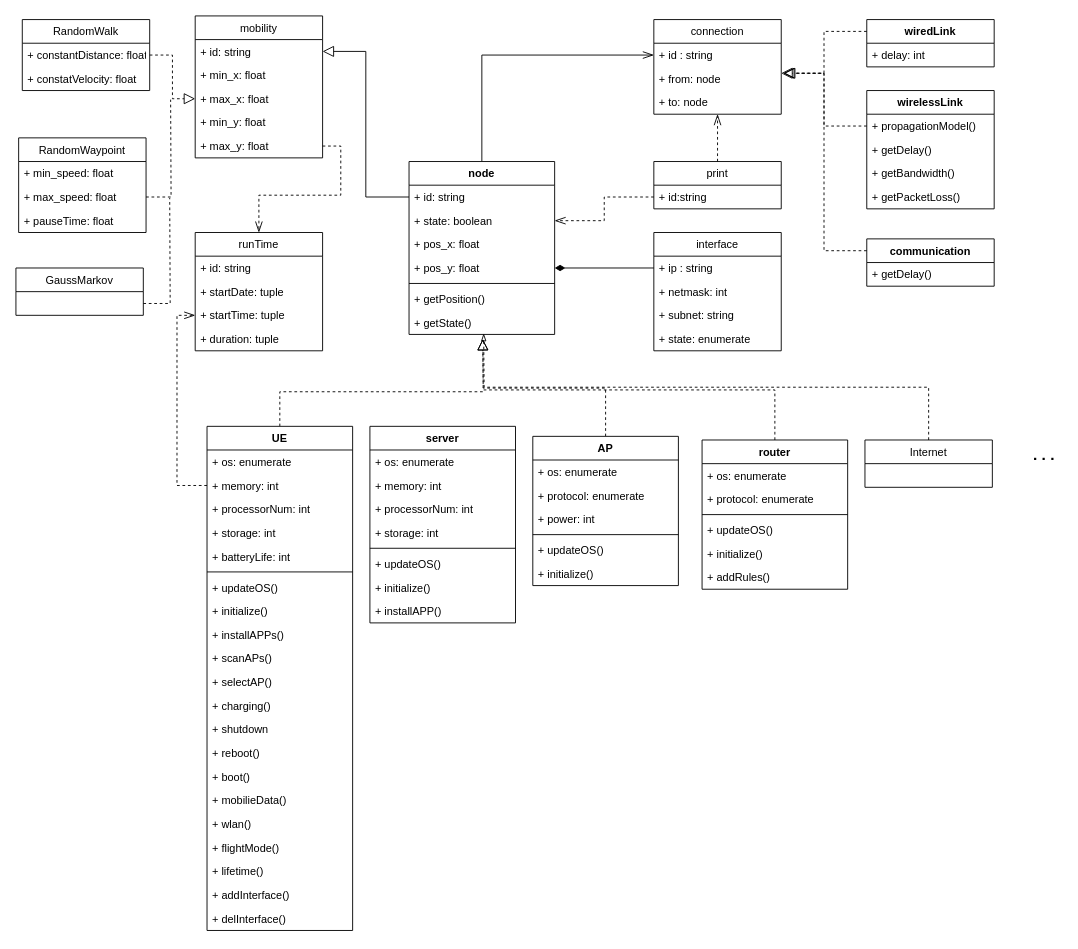
Before: page "描述语言类图" (1 of 2) of 描述语言UML类图.drawio in Icarus1994/neutron_conf, a draw.io diagram. Source tidied: cells renumbered, new cells numbered last; positions are measured from the earlier drawing's top-left corner, leaving out a move shared by most shapes. Both pictures are drawn from the tidied source at 91%, with x=0, y=0 at pixel (15, 15).
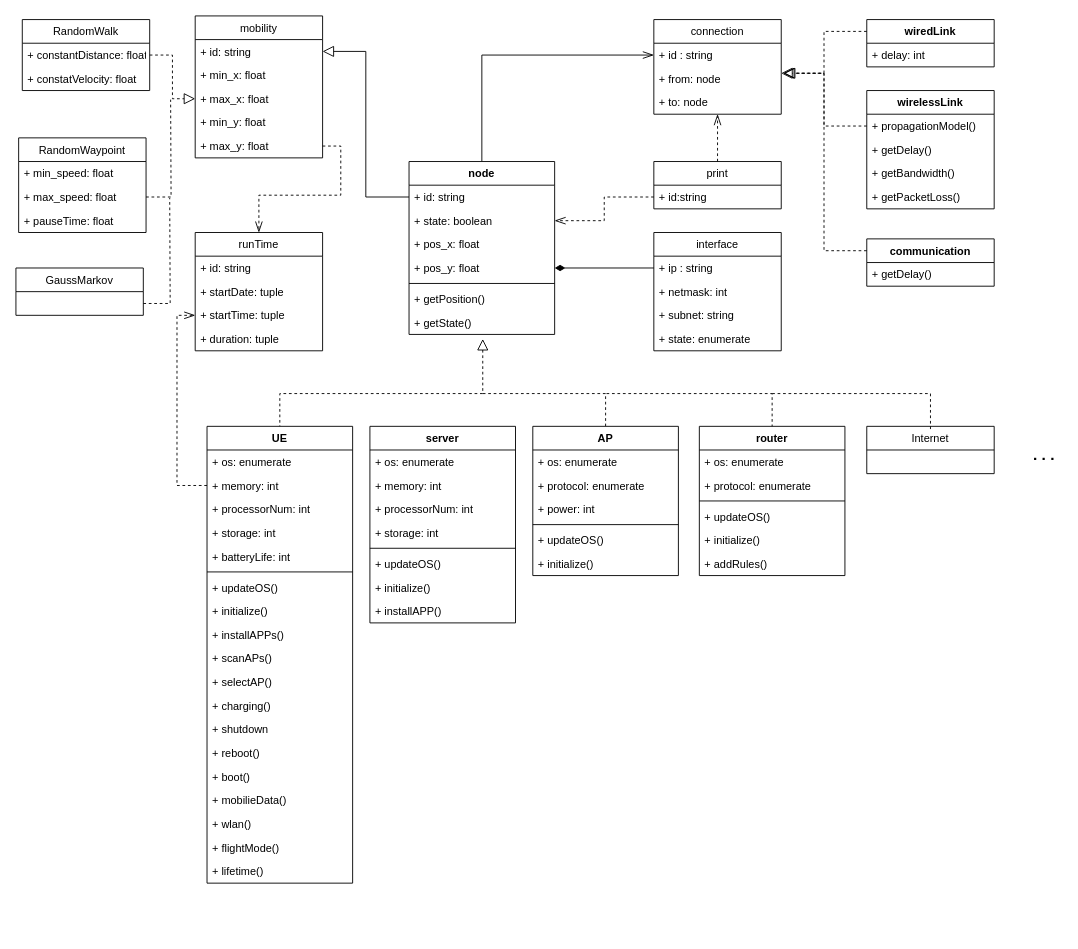
The same page after the edit.

Change to the diagram source:
```diff
@@
-    <mxCell id="23" style="edgeStyle=orthogonalEdgeStyle;rounded=0;jettySize=auto;html=1;exitX=0.5;exitY=0;exitDx=0;exitDy=0;dashed=1;endArrow=none;endFill=0;endSize=10;" parent="1" edge="1" source="24">
+    <mxCell id="23" style="edgeStyle=orthogonalEdgeStyle;rounded=0;orthogonalLoop=1;jettySize=auto;html=1;exitX=0.5;exitY=0;exitDx=0;exitDy=0;dashed=1;endArrow=none;endFill=0;endSize=10;" parent="1" edge="1">
       <mxGeometry relative="1" as="geometry">
-        <mxPoint x="514" y="413" as="targetPoint" />
+        <mxPoint x="290" y="453" as="sourcePoint" />
+        <mxPoint x="514" y="415" as="targetPoint" />
         <Array as="points">
-          <mxPoint x="290" y="413" />
+          <mxPoint x="290" y="415" />
         </Array>
       </mxGeometry>
     </mxCell>
     <mxCell id="24" value="UE" style="swimlane;fontStyle=1;align=center;verticalAlign=top;horizontal=1;startSize=26;" parent="1" vertex="1">
-      <mxGeometry x="210" y="451" width="160" height="554" as="geometry" />
+      <mxGeometry x="210" y="451" width="160" height="502" as="geometry" />
     </mxCell>
@@
-    <mxCell id="44" value="+ addInterface()" style="text;strokeColor=none;fillColor=none;align=left;verticalAlign=top;spacingLeft=4;spacingRight=4;overflow=hidden;" parent="24" vertex="1">
-      <mxGeometry y="502" width="160" height="26" as="geometry" />
-    </mxCell>
-    <mxCell id="45" value="+ delInterface()" style="text;strokeColor=none;fillColor=none;align=left;verticalAlign=top;spacingLeft=4;spacingRight=4;overflow=hidden;" parent="24" vertex="1">
-      <mxGeometry y="528" width="160" height="26" as="geometry" />
-    </mxCell>
     <mxCell id="46" style="edgeStyle=orthogonalEdgeStyle;rounded=0;jettySize=auto;html=1;exitX=0.5;exitY=0;exitDx=0;exitDy=0;endArrow=block;endFill=0;endSize=10;dashed=1;" parent="1" edge="1" source="47">
       <mxGeometry relative="1" as="geometry">
         <mxPoint x="513" y="355" as="targetPoint" />
+        <Array as="points">
+          <mxPoint x="648" y="415" />
+          <mxPoint x="513" y="415" />
+        </Array>
       </mxGeometry>
     </mxCell>
     <mxCell id="47" value="AP" style="swimlane;fontStyle=1;align=center;verticalAlign=top;horizontal=1;startSize=26;" parent="1" vertex="1">
-      <mxGeometry x="568" y="462" width="160" height="164" as="geometry" />
+      <mxGeometry x="568" y="451" width="160" height="164" as="geometry" />
     </mxCell>
@@
-    <mxCell id="71" style="edgeStyle=orthogonalEdgeStyle;rounded=0;jettySize=auto;html=1;exitX=0.5;exitY=0;exitDx=0;exitDy=0;dashed=1;endArrow=block;endFill=0;endSize=10;" parent="1" edge="1" source="92">
-      <mxGeometry relative="1" as="geometry">
-        <mxPoint x="513" y="355" as="targetPoint" />
-      </mxGeometry>
-    </mxCell>
@@
-    <mxCell id="85" style="edgeStyle=orthogonalEdgeStyle;rounded=0;jettySize=auto;html=1;exitX=0.5;exitY=0;exitDx=0;exitDy=0;dashed=1;endArrow=blockThin;endFill=0;" parent="1" edge="1" source="86">
-      <mxGeometry relative="1" as="geometry">
-        <mxPoint x="514" y="349" as="targetPoint" />
-      </mxGeometry>
-    </mxCell>
+    <mxCell id="113" style="edgeStyle=orthogonalEdgeStyle;rounded=0;orthogonalLoop=1;jettySize=auto;html=1;exitX=0.5;exitY=0;exitDx=0;exitDy=0;dashed=1;endArrow=none;endFill=0;" parent="1" edge="1">
+      <mxGeometry relative="1" as="geometry">
+        <mxPoint x="1005" y="454" as="sourcePoint" />
+        <mxPoint x="831" y="415" as="targetPoint" />
+        <Array as="points">
+          <mxPoint x="1005" y="415" />
+        </Array>
+      </mxGeometry>
+    </mxCell>
     <mxCell id="86" value="Internet" style="swimlane;fontStyle=0;horizontal=1;startSize=26;fillColor=none;" parent="1" vertex="1">
-      <mxGeometry x="933" y="466" width="140" height="52" as="geometry" />
+      <mxGeometry x="935" y="451" width="140" height="52" as="geometry" />
     </mxCell>
@@
+    <mxCell id="114" style="edgeStyle=orthogonalEdgeStyle;rounded=0;orthogonalLoop=1;jettySize=auto;html=1;exitX=0.5;exitY=0;exitDx=0;exitDy=0;dashed=1;endArrow=none;endFill=0;" parent="1" edge="1">
+      <mxGeometry relative="1" as="geometry">
+        <mxPoint x="831" y="452" as="sourcePoint" />
+        <mxPoint x="648" y="415" as="targetPoint" />
+        <Array as="points">
+          <mxPoint x="831" y="415" />
+        </Array>
+      </mxGeometry>
+    </mxCell>
     <mxCell id="92" value="router" style="swimlane;fontStyle=1;align=center;verticalAlign=top;horizontal=1;startSize=26;" parent="1" vertex="1">
-      <mxGeometry x="754" y="466" width="160" height="164" as="geometry" />
+      <mxGeometry x="751" y="451" width="160" height="164" as="geometry" />
     </mxCell>
```
